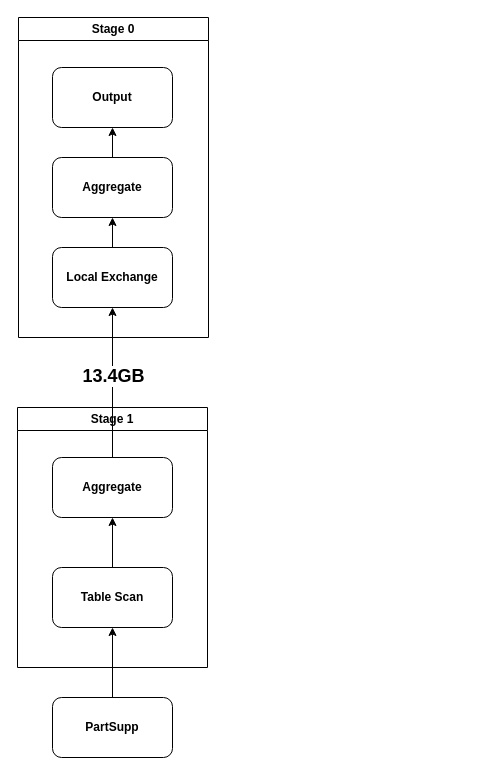
This is TrinoLivePlan_Agg.drawio from SebaAeEr/Masterarbeit, a draw.io file, before an edit. Source tidied: cells renumbered, new cells numbered last; positions are measured from the earlier drawing's top-left corner, leaving out a move shared by most shapes. Both pictures are drawn from the tidied source at 100%, with x=0, y=0 at pixel (17, 17).
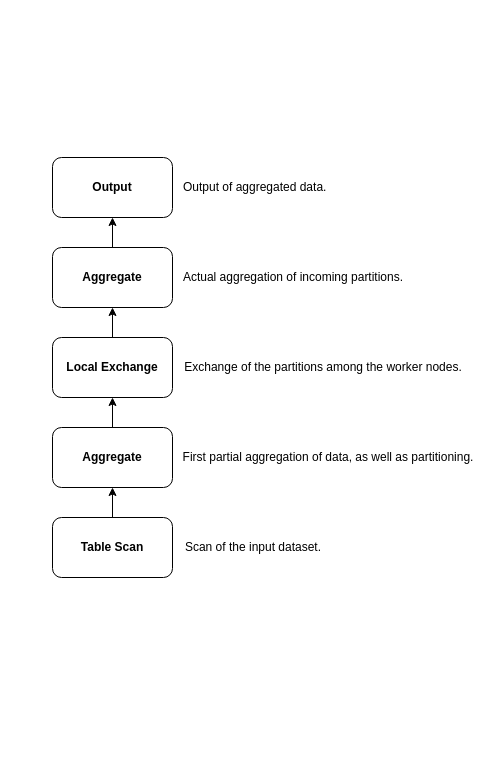
After the change.

The edit, as a diff of the source:
```diff
@@
 <mxGraphModel>
   <root>
     <mxCell id="0" />
     <mxCell id="1" parent="0" />
-    <mxCell id="2" value="Stage 0" style="swimlane;whiteSpace=wrap;html=1;" parent="1" vertex="1">
-      <mxGeometry x="1" width="190" height="320" as="geometry" />
-    </mxCell>
+    <mxCell id="14" style="edgeStyle=orthogonalEdgeStyle;rounded=0;jettySize=auto;html=1;entryX=0.5;entryY=1;entryDx=0;entryDy=0;" parent="1" edge="1" source="10" target="7">
+      <mxGeometry relative="1" as="geometry" />
+    </mxCell>
+    <mxCell id="10" value="&lt;b&gt;Aggregate&lt;/b&gt;" style="rounded=1;whiteSpace=wrap;html=1;" parent="1" vertex="1">
+      <mxGeometry x="35" y="410" width="120" height="60" as="geometry" />
+    </mxCell>
+    <mxCell id="11" style="edgeStyle=orthogonalEdgeStyle;rounded=0;jettySize=auto;html=1;" parent="1" edge="1" source="9" target="10">
+      <mxGeometry relative="1" as="geometry" />
+    </mxCell>
+    <mxCell id="9" value="&lt;b&gt;Table Scan&lt;/b&gt;" style="rounded=1;whiteSpace=wrap;html=1;" parent="1" vertex="1">
+      <mxGeometry x="35" y="500" width="120" height="60" as="geometry" />
+    </mxCell>
-    <mxCell id="3" value="&lt;b&gt;Output&lt;/b&gt;" style="rounded=1;whiteSpace=wrap;html=1;" parent="2" vertex="1">
-      <mxGeometry x="34" y="50" width="120" height="60" as="geometry" />
+    <mxCell id="3" value="&lt;b&gt;Output&lt;/b&gt;" style="rounded=1;whiteSpace=wrap;html=1;" parent="1" vertex="1">
+      <mxGeometry x="35" y="140" width="120" height="60" as="geometry" />
     </mxCell>
-    <mxCell id="4" style="edgeStyle=orthogonalEdgeStyle;rounded=0;jettySize=auto;html=1;" parent="2" edge="1" source="5" target="3">
+    <mxCell id="4" style="edgeStyle=orthogonalEdgeStyle;rounded=0;jettySize=auto;html=1;" parent="1" edge="1" source="5" target="3">
       <mxGeometry relative="1" as="geometry" />
     </mxCell>
-    <mxCell id="5" value="&lt;b&gt;Aggregate&lt;/b&gt;" style="rounded=1;whiteSpace=wrap;html=1;" parent="2" vertex="1">
-      <mxGeometry x="34" y="140" width="120" height="60" as="geometry" />
+    <mxCell id="5" value="&lt;b&gt;Aggregate&lt;/b&gt;" style="rounded=1;whiteSpace=wrap;html=1;" parent="1" vertex="1">
+      <mxGeometry x="35" y="230" width="120" height="60" as="geometry" />
     </mxCell>
-    <mxCell id="6" style="edgeStyle=orthogonalEdgeStyle;rounded=0;jettySize=auto;html=1;entryX=0.5;entryY=1;entryDx=0;entryDy=0;" parent="2" edge="1" source="7" target="5">
+    <mxCell id="6" style="edgeStyle=orthogonalEdgeStyle;rounded=0;jettySize=auto;html=1;entryX=0.5;entryY=1;entryDx=0;entryDy=0;" parent="1" edge="1" source="7" target="5">
       <mxGeometry relative="1" as="geometry" />
     </mxCell>
-    <mxCell id="7" value="&lt;b&gt;Local Exchange&lt;/b&gt;" style="rounded=1;whiteSpace=wrap;html=1;" parent="2" vertex="1">
-      <mxGeometry x="34" y="230" width="120" height="60" as="geometry" />
+    <mxCell id="7" value="&lt;b&gt;Local Exchange&lt;/b&gt;" style="rounded=1;whiteSpace=wrap;html=1;" parent="1" vertex="1">
+      <mxGeometry x="35" y="320" width="120" height="60" as="geometry" />
     </mxCell>
-    <mxCell id="8" value="Stage 1" style="swimlane;whiteSpace=wrap;html=1;" parent="1" vertex="1">
-      <mxGeometry y="390" width="190" height="260" as="geometry" />
-    </mxCell>
-    <mxCell id="9" value="&lt;b&gt;Table Scan&lt;/b&gt;" style="rounded=1;whiteSpace=wrap;html=1;" parent="8" vertex="1">
-      <mxGeometry x="35" y="160" width="120" height="60" as="geometry" />
-    </mxCell>
-    <mxCell id="10" value="&lt;b&gt;Aggregate&lt;/b&gt;" style="rounded=1;whiteSpace=wrap;html=1;" parent="8" vertex="1">
-      <mxGeometry x="35" y="50" width="120" height="60" as="geometry" />
-    </mxCell>
-    <mxCell id="11" style="edgeStyle=orthogonalEdgeStyle;rounded=0;jettySize=auto;html=1;" parent="8" edge="1" source="9" target="10">
-      <mxGeometry relative="1" as="geometry" />
-    </mxCell>
-    <mxCell id="12" style="edgeStyle=orthogonalEdgeStyle;rounded=0;jettySize=auto;html=1;entryX=0.5;entryY=1;entryDx=0;entryDy=0;" parent="1" edge="1" source="13" target="9">
-      <mxGeometry relative="1" as="geometry" />
-    </mxCell>
-    <mxCell id="13" value="&lt;b&gt;PartSupp&lt;/b&gt;" style="rounded=1;whiteSpace=wrap;html=1;" parent="1" vertex="1">
-      <mxGeometry x="35" y="680" width="120" height="60" as="geometry" />
-    </mxCell>
-    <mxCell id="14" style="edgeStyle=orthogonalEdgeStyle;rounded=0;jettySize=auto;html=1;entryX=0.5;entryY=1;entryDx=0;entryDy=0;" parent="1" edge="1" source="10" target="7">
-      <mxGeometry relative="1" as="geometry" />
-    </mxCell>
-    <mxCell id="15" value="&lt;b&gt;&lt;font style=&quot;font-size: 18px;&quot;&gt;13.4GB&lt;/font&gt;&lt;/b&gt;" style="edgeLabel;html=1;align=center;verticalAlign=middle;" parent="14" vertex="1">
-      <mxGeometry x="0.23" y="2" relative="1" as="geometry">
-        <mxPoint x="2" y="10" as="offset" />
-      </mxGeometry>
-    </mxCell>
+    <mxCell id="16" value="&lt;font&gt;Scan of the input dataset.&lt;/font&gt;" style="text;html=1;align=center;verticalAlign=middle;whiteSpace=wrap;rounded=0;" parent="1" vertex="1">
+      <mxGeometry x="161" y="515" width="150" height="30" as="geometry" />
+    </mxCell>
+    <mxCell id="17" value="&lt;font&gt;First partial aggregation of data, as well as partitioning.&lt;/font&gt;" style="text;html=1;align=center;verticalAlign=middle;whiteSpace=wrap;rounded=0;" parent="1" vertex="1">
+      <mxGeometry x="161" y="425" width="300" height="30" as="geometry" />
+    </mxCell>
+    <mxCell id="18" value="&lt;font&gt;Exchange of the partitions among the worker nodes.&lt;/font&gt;" style="text;html=1;align=center;verticalAlign=middle;whiteSpace=wrap;rounded=0;" parent="1" vertex="1">
+      <mxGeometry x="161" y="335" width="290" height="30" as="geometry" />
+    </mxCell>
+    <mxCell id="19" value="&lt;font&gt;Actual aggregation of incoming partitions.&lt;/font&gt;" style="text;html=1;align=center;verticalAlign=middle;whiteSpace=wrap;rounded=0;" parent="1" vertex="1">
+      <mxGeometry x="161" y="245" width="230" height="30" as="geometry" />
+    </mxCell>
+    <mxCell id="20" value="&lt;font&gt;&amp;nbsp;Output of aggregated data.&lt;/font&gt;" style="text;html=1;align=center;verticalAlign=middle;whiteSpace=wrap;rounded=0;" parent="1" vertex="1">
+      <mxGeometry x="161" y="155" width="150" height="30" as="geometry" />
+    </mxCell>
   </root>
 </mxGraphModel>
```
